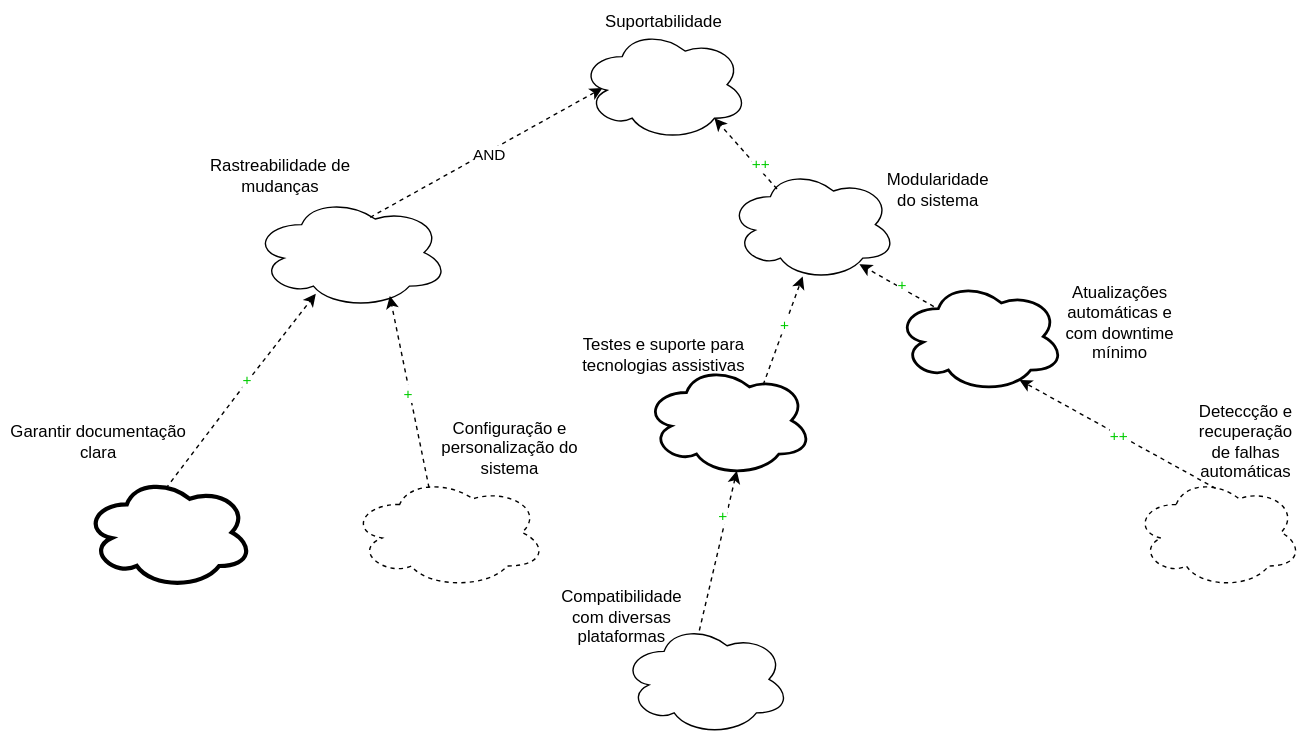
Above: docs/imagens/NFR/SUP_NFR.svg in Requisitos-de-Software/2024.2-MeuINSS (draw.io), before the change. Source tidied: cells renumbered, new cells last; positions are measured from the earlier drawing's top-left corner, leaving out a move shared by most shapes.
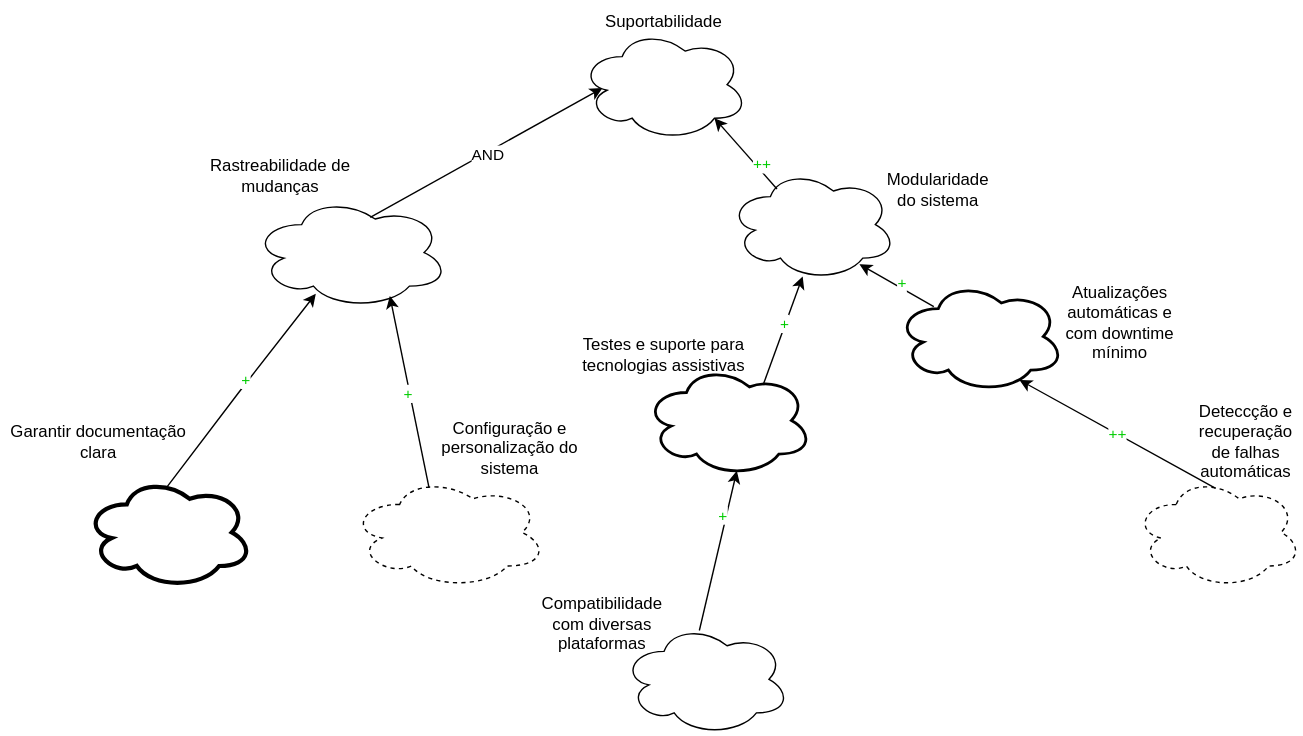
Above is the later version.

What changed in the source:
```diff
@@ -14,7 +14,7 @@
     <mxCell id="5" style="ellipse;shape=cloud;whiteSpace=wrap;html=1;" parent="1" vertex="1">
       <mxGeometry x="180" y="140" width="140" height="80" as="geometry" />
     </mxCell>
-    <mxCell id="6" style="endArrow=classic;html=1;rounded=0;entryX=0.133;entryY=0.53;entryDx=0;entryDy=0;entryPerimeter=0;exitX=0.6;exitY=0.185;exitDx=0;exitDy=0;exitPerimeter=0;dashed=1;" parent="1" edge="1" source="5" target="2">
+    <mxCell id="6" style="endArrow=classic;html=1;rounded=0;entryX=0.133;entryY=0.53;entryDx=0;entryDy=0;entryPerimeter=0;exitX=0.6;exitY=0.185;exitDx=0;exitDy=0;exitPerimeter=0;" parent="1" edge="1" source="5" target="2">
       <mxGeometry relative="1" as="geometry" />
     </mxCell>
     <mxCell id="7" value="AND" style="edgeLabel;html=1;align=center;verticalAlign=middle;" parent="6" vertex="1">
@@ -32,7 +32,7 @@
     <mxCell id="11" value="Garantir documentação clara" style="text;html=1;align=center;verticalAlign=middle;whiteSpace=wrap;rounded=0;" parent="1" vertex="1">
       <mxGeometry y="300" width="140" height="30" as="geometry" />
     </mxCell>
-    <mxCell id="12" style="endArrow=classic;html=1;rounded=0;entryX=0.322;entryY=0.868;entryDx=0;entryDy=0;entryPerimeter=0;exitX=0.483;exitY=0.107;exitDx=0;exitDy=0;exitPerimeter=0;dashed=1;" parent="1" edge="1" source="10" target="5">
+    <mxCell id="12" style="endArrow=classic;html=1;rounded=0;entryX=0.322;entryY=0.868;entryDx=0;entryDy=0;entryPerimeter=0;exitX=0.483;exitY=0.107;exitDx=0;exitDy=0;exitPerimeter=0;" parent="1" edge="1" source="10" target="5">
       <mxGeometry relative="1" as="geometry">
         <Array as="points">
           <mxPoint x="170" y="280" />
@@ -51,13 +51,13 @@
     <mxCell id="16" value="Atualizações automáticas e com downtime mínimo" style="text;html=1;align=center;verticalAlign=middle;whiteSpace=wrap;rounded=0;" parent="1" vertex="1">
       <mxGeometry x="750" y="200" width="100" height="60" as="geometry" />
     </mxCell>
-    <mxCell id="17" style="endArrow=classic;html=1;rounded=0;entryX=0.8;entryY=0.8;entryDx=0;entryDy=0;entryPerimeter=0;exitX=0.289;exitY=0.182;exitDx=0;exitDy=0;exitPerimeter=0;dashed=1;" parent="1" edge="1" source="4" target="2">
+    <mxCell id="17" style="endArrow=classic;html=1;rounded=0;entryX=0.8;entryY=0.8;entryDx=0;entryDy=0;entryPerimeter=0;exitX=0.289;exitY=0.182;exitDx=0;exitDy=0;exitPerimeter=0;" parent="1" edge="1" source="4" target="2">
       <mxGeometry relative="1" as="geometry" />
     </mxCell>
     <mxCell id="18" value="&lt;font color=&quot;#00cc00&quot;&gt;++&lt;/font&gt;" style="edgeLabel;html=1;align=center;verticalAlign=middle;" parent="17" vertex="1">
       <mxGeometry x="-0.38" y="-3" relative="1" as="geometry" />
     </mxCell>
-    <mxCell id="19" style="endArrow=classic;html=1;rounded=0;entryX=0.78;entryY=0.854;entryDx=0;entryDy=0;entryPerimeter=0;exitX=0.223;exitY=0.232;exitDx=0;exitDy=0;exitPerimeter=0;dashed=1;" parent="1" edge="1" source="15" target="4">
+    <mxCell id="19" style="endArrow=classic;html=1;rounded=0;entryX=0.78;entryY=0.854;entryDx=0;entryDy=0;entryPerimeter=0;exitX=0.223;exitY=0.232;exitDx=0;exitDy=0;exitPerimeter=0;" parent="1" edge="1" source="15" target="4">
       <mxGeometry relative="1" as="geometry" />
     </mxCell>
     <mxCell id="20" value="&lt;font color=&quot;#00cc00&quot;&gt;+&lt;/font&gt;" style="edgeLabel;html=1;align=center;verticalAlign=middle;" parent="19" vertex="1">
@@ -66,7 +66,7 @@
     <mxCell id="21" value="Deteccção e recuperação de falhas automáticas" style="text;html=1;align=center;verticalAlign=middle;whiteSpace=wrap;rounded=0;" parent="1" vertex="1">
       <mxGeometry x="860" y="300" width="60" height="30" as="geometry" />
     </mxCell>
-    <mxCell id="22" style="endArrow=classic;html=1;rounded=0;entryX=0.733;entryY=0.888;entryDx=0;entryDy=0;entryPerimeter=0;exitX=0.485;exitY=0.107;exitDx=0;exitDy=0;exitPerimeter=0;dashed=1;" parent="1" edge="1" source="3" target="15">
+    <mxCell id="22" style="endArrow=classic;html=1;rounded=0;entryX=0.733;entryY=0.888;entryDx=0;entryDy=0;entryPerimeter=0;exitX=0.485;exitY=0.107;exitDx=0;exitDy=0;exitPerimeter=0;" parent="1" edge="1" source="3" target="15">
       <mxGeometry relative="1" as="geometry" />
     </mxCell>
     <mxCell id="23" value="&lt;font color=&quot;#00cc00&quot;&gt;++&lt;/font&gt;" style="edgeLabel;html=1;align=center;verticalAlign=middle;" parent="22" vertex="1">
@@ -76,12 +76,12 @@
       <mxGeometry x="444" y="445" width="120" height="80" as="geometry" />
     </mxCell>
     <mxCell id="25" value="&lt;table&gt;&lt;tbody&gt;&lt;tr&gt;&lt;td&gt;&lt;strong&gt;&lt;/strong&gt;&lt;br&gt;&lt;/td&gt;&lt;/tr&gt;&lt;/tbody&gt;&lt;/table&gt;&lt;table&gt;&lt;tbody&gt;&lt;tr&gt;&lt;td&gt;Compatibilidade com diversas plataformas&lt;br&gt;&lt;/td&gt;&lt;/tr&gt;&lt;/tbody&gt;&lt;/table&gt;" style="text;html=1;align=center;verticalAlign=middle;whiteSpace=wrap;rounded=0;" parent="1" vertex="1">
-      <mxGeometry x="414" y="415" width="60" height="30" as="geometry" />
+      <mxGeometry x="400" y="420" width="60" height="30" as="geometry" />
     </mxCell>
     <mxCell id="26" style="ellipse;shape=cloud;whiteSpace=wrap;html=1;dashed=1;" parent="1" vertex="1">
       <mxGeometry x="250" y="340" width="140" height="80" as="geometry" />
     </mxCell>
-    <mxCell id="27" style="endArrow=classic;html=1;rounded=0;exitX=0.4;exitY=0.1;exitDx=0;exitDy=0;exitPerimeter=0;entryX=0.7;entryY=0.888;entryDx=0;entryDy=0;entryPerimeter=0;dashed=1;" parent="1" edge="1" source="26" target="5">
+    <mxCell id="27" style="endArrow=classic;html=1;rounded=0;exitX=0.4;exitY=0.1;exitDx=0;exitDy=0;exitPerimeter=0;entryX=0.7;entryY=0.888;entryDx=0;entryDy=0;entryPerimeter=0;" parent="1" edge="1" source="26" target="5">
       <mxGeometry relative="1" as="geometry" />
     </mxCell>
     <mxCell id="28" value="&lt;font color=&quot;#00cc00&quot;&gt;+&lt;/font&gt;" style="edgeLabel;html=1;align=center;verticalAlign=middle;" parent="27" vertex="1">
@@ -96,13 +96,13 @@
     <mxCell id="31" value="Testes e suporte para tecnologias assistivas" style="text;html=1;align=center;verticalAlign=middle;whiteSpace=wrap;rounded=0;" parent="1" vertex="1">
       <mxGeometry x="399" y="230" width="150" height="45" as="geometry" />
     </mxCell>
-    <mxCell id="32" style="endArrow=classic;html=1;rounded=0;entryX=0.442;entryY=0.963;entryDx=0;entryDy=0;entryPerimeter=0;exitX=0.707;exitY=0.181;exitDx=0;exitDy=0;exitPerimeter=0;dashed=1;" parent="1" edge="1" source="30" target="4">
+    <mxCell id="32" style="endArrow=classic;html=1;rounded=0;entryX=0.442;entryY=0.963;entryDx=0;entryDy=0;entryPerimeter=0;exitX=0.707;exitY=0.181;exitDx=0;exitDy=0;exitPerimeter=0;" parent="1" edge="1" source="30" target="4">
       <mxGeometry relative="1" as="geometry" />
     </mxCell>
     <mxCell id="33" value="&lt;font color=&quot;#00cc00&quot;&gt;+&lt;/font&gt;" style="edgeLabel;html=1;align=center;verticalAlign=middle;" parent="32" vertex="1">
       <mxGeometry x="0.11" y="1" relative="1" as="geometry" />
     </mxCell>
-    <mxCell id="34" style="endArrow=classic;html=1;rounded=0;entryX=0.55;entryY=0.95;entryDx=0;entryDy=0;entryPerimeter=0;exitX=0.46;exitY=0.064;exitDx=0;exitDy=0;exitPerimeter=0;dashed=1;" parent="1" edge="1" source="24" target="30">
+    <mxCell id="34" style="endArrow=classic;html=1;rounded=0;entryX=0.55;entryY=0.95;entryDx=0;entryDy=0;entryPerimeter=0;exitX=0.46;exitY=0.064;exitDx=0;exitDy=0;exitPerimeter=0;" parent="1" edge="1" source="24" target="30">
       <mxGeometry relative="1" as="geometry" />
     </mxCell>
     <mxCell id="35" value="&lt;font color=&quot;#00cc00&quot;&gt;+&lt;/font&gt;" style="edgeLabel;html=1;align=center;verticalAlign=middle;" parent="34" vertex="1">
```
